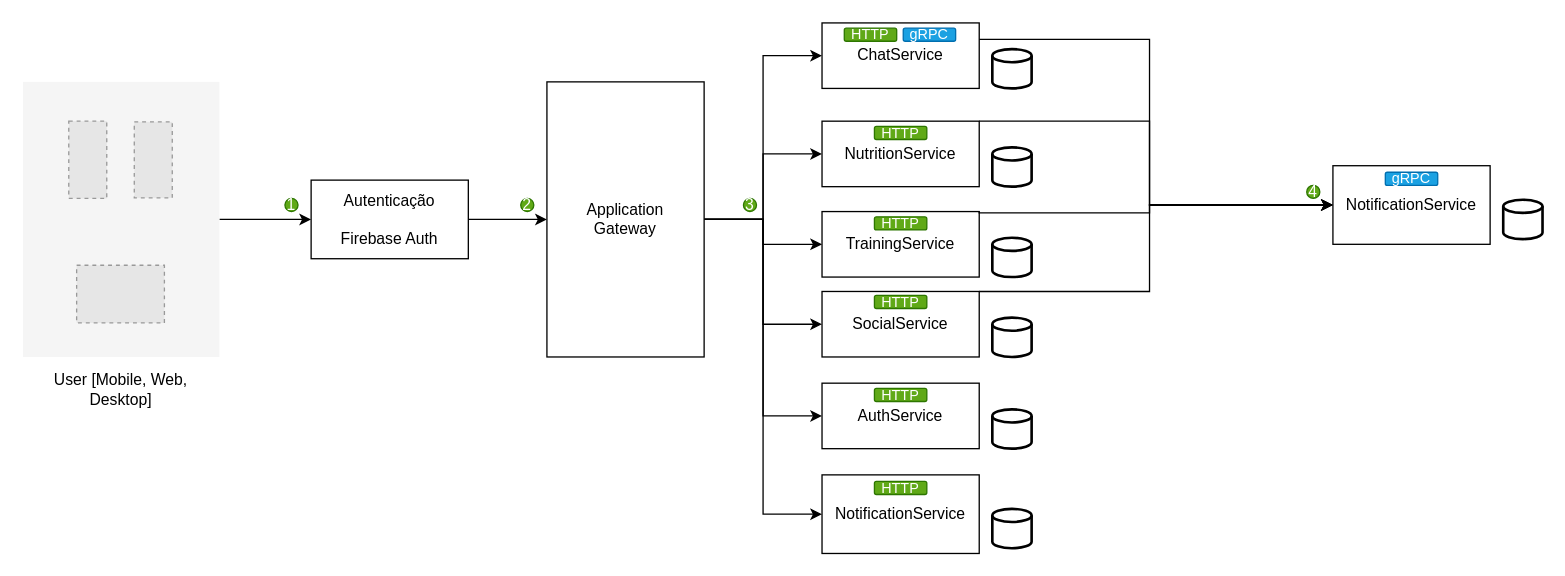
The draw.io diagram page "Arquitetura da aplicação" (1 of 35) of Architecture.drawio in AlanEdward19/ShapeUp, before the edit. Source tidied: cells renumbered, new cells numbered last; positions are measured from the earlier drawing's top-left corner, leaving out a move shared by most shapes. Both pictures are drawn from the tidied source at 131%, with x=0, y=0 at pixel (22, 22). Pictures stored in the file or linked from it are replaced by grey dashed boxes.
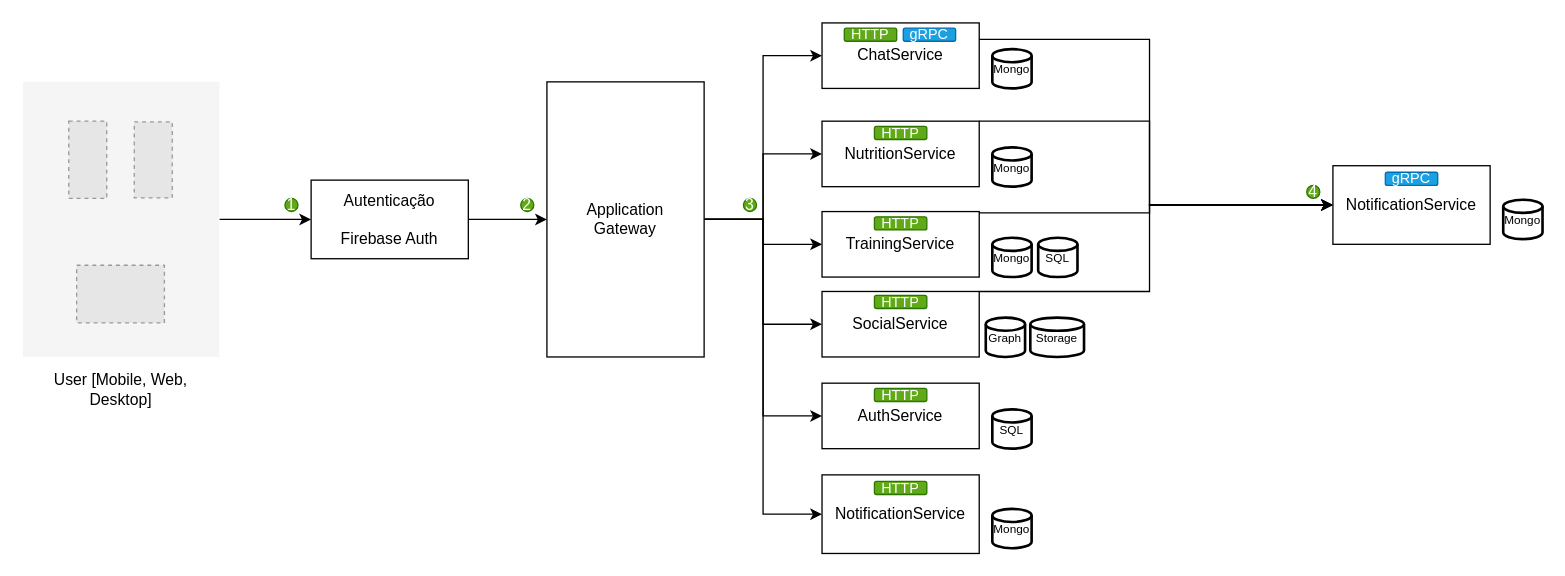
After the change.

Unchanged cells that the change refers to:
```xml
<mxCell id="18" style="group;" parent="1" vertex="1">
  <mxGeometry x="610" y="75" width="160" height="50" as="geometry" />
</mxCell>
<mxCell id="30" style="group;" parent="1" vertex="1">
  <mxGeometry x="610" width="160" height="50" as="geometry" />
</mxCell>
<mxCell id="39" style="group;" parent="1" vertex="1">
  <mxGeometry x="610" y="275" width="160" height="50" as="geometry" />
</mxCell>
<mxCell id="47" style="group;" parent="1" vertex="1">
  <mxGeometry x="1000" y="109" width="160" height="60" as="geometry" />
</mxCell>
<mxCell id="51" style="group;" parent="1" vertex="1">
  <mxGeometry x="610" y="345" width="160" height="60" as="geometry" />
</mxCell>
```

The edit, as a diff of the source:
```diff
@@
-    <mxCell id="20" style="strokeWidth=2;html=1;shape=mxgraph.flowchart.database;whiteSpace=wrap;" parent="18" vertex="1">
+    <mxCell id="20" value="&lt;font style=&quot;font-size: 9px;&quot;&gt;Mongo&lt;/font&gt;" style="strokeWidth=2;html=1;shape=mxgraph.flowchart.database;whiteSpace=wrap;" parent="18" vertex="1">
       <mxGeometry x="130" y="20" width="30" height="30" as="geometry" />
     </mxCell>
@@
-    <mxCell id="22" style="group;" parent="1" vertex="1">
-      <mxGeometry x="610" y="144" width="160" height="50" as="geometry" />
-    </mxCell>
-    <mxCell id="23" value="TrainingService" style="whiteSpace=wrap;html=1;" parent="22" vertex="1">
-      <mxGeometry width="120" height="50" as="geometry" />
-    </mxCell>
-    <mxCell id="24" style="strokeWidth=2;html=1;shape=mxgraph.flowchart.database;whiteSpace=wrap;" parent="22" vertex="1">
-      <mxGeometry x="130" y="20" width="30" height="30" as="geometry" />
-    </mxCell>
-    <mxCell id="25" value="HTTP" style="rounded=1;whiteSpace=wrap;html=1;fillColor=#60a917;strokeColor=#2D7600;fontSize=11;fontColor=#ffffff;" parent="22" vertex="1">
-      <mxGeometry x="40" y="4" width="40" height="10" as="geometry" />
-    </mxCell>
-    <mxCell id="26" style="group;" parent="1" vertex="1">
-      <mxGeometry x="610" y="205" width="160" height="50" as="geometry" />
-    </mxCell>
-    <mxCell id="27" value="SocialService" style="whiteSpace=wrap;html=1;" parent="26" vertex="1">
-      <mxGeometry width="120" height="50" as="geometry" />
-    </mxCell>
-    <mxCell id="28" style="strokeWidth=2;html=1;shape=mxgraph.flowchart.database;whiteSpace=wrap;" parent="26" vertex="1">
-      <mxGeometry x="130" y="20" width="30" height="30" as="geometry" />
-    </mxCell>
-    <mxCell id="29" value="HTTP" style="rounded=1;whiteSpace=wrap;html=1;fillColor=#60a917;strokeColor=#2D7600;fontSize=11;fontColor=#ffffff;" parent="26" vertex="1">
-      <mxGeometry x="40" y="3" width="40" height="10" as="geometry" />
-    </mxCell>
@@
-    <mxCell id="32" style="strokeWidth=2;html=1;shape=mxgraph.flowchart.database;whiteSpace=wrap;" parent="30" vertex="1">
+    <mxCell id="32" value="&lt;font style=&quot;font-size: 9px;&quot;&gt;Mongo&lt;/font&gt;" style="strokeWidth=2;html=1;shape=mxgraph.flowchart.database;whiteSpace=wrap;" parent="30" vertex="1">
       <mxGeometry x="130" y="20" width="30" height="30" as="geometry" />
     </mxCell>
@@
-    <mxCell id="41" style="strokeWidth=2;html=1;shape=mxgraph.flowchart.database;whiteSpace=wrap;" parent="39" vertex="1">
+    <mxCell id="41" value="&lt;font style=&quot;font-size: 9px;&quot;&gt;SQL&lt;/font&gt;" style="strokeWidth=2;html=1;shape=mxgraph.flowchart.database;whiteSpace=wrap;" parent="39" vertex="1">
       <mxGeometry x="130" y="20" width="30" height="30" as="geometry" />
     </mxCell>
@@
-    <mxCell id="49" style="strokeWidth=2;html=1;shape=mxgraph.flowchart.database;whiteSpace=wrap;" parent="47" vertex="1">
+    <mxCell id="49" value="&lt;font style=&quot;font-size: 9px;&quot;&gt;Mongo&lt;/font&gt;" style="strokeWidth=2;html=1;shape=mxgraph.flowchart.database;whiteSpace=wrap;" parent="47" vertex="1">
       <mxGeometry x="130" y="26" width="30" height="30" as="geometry" />
     </mxCell>
@@
-    <mxCell id="53" style="strokeWidth=2;html=1;shape=mxgraph.flowchart.database;whiteSpace=wrap;" parent="51" vertex="1">
+    <mxCell id="53" value="&lt;font style=&quot;font-size: 9px;&quot;&gt;Mongo&lt;/font&gt;" style="strokeWidth=2;html=1;shape=mxgraph.flowchart.database;whiteSpace=wrap;" parent="51" vertex="1">
       <mxGeometry x="130" y="26" width="30" height="30" as="geometry" />
     </mxCell>
@@
+    <mxCell id="55" style="group;" parent="1" vertex="1">
+      <mxGeometry x="610" y="205" width="200" height="50" as="geometry" />
+    </mxCell>
+    <mxCell id="56" value="&lt;font style=&quot;font-size: 9px;&quot;&gt;Storage&lt;/font&gt;" style="strokeWidth=2;html=1;shape=mxgraph.flowchart.database;whiteSpace=wrap;" parent="55" vertex="1">
+      <mxGeometry x="159" y="20" width="41" height="30" as="geometry" />
+    </mxCell>
+    <mxCell id="27" value="SocialService" style="whiteSpace=wrap;html=1;" parent="55" vertex="1">
+      <mxGeometry width="120" height="50" as="geometry" />
+    </mxCell>
+    <mxCell id="28" value="&lt;font style=&quot;font-size: 9px;&quot;&gt;Graph&lt;/font&gt;" style="strokeWidth=2;html=1;shape=mxgraph.flowchart.database;whiteSpace=wrap;" parent="55" vertex="1">
+      <mxGeometry x="125" y="20" width="30" height="30" as="geometry" />
+    </mxCell>
+    <mxCell id="29" value="HTTP" style="rounded=1;whiteSpace=wrap;html=1;fillColor=#60a917;strokeColor=#2D7600;fontSize=11;fontColor=#ffffff;" parent="55" vertex="1">
+      <mxGeometry x="40" y="3" width="40" height="10" as="geometry" />
+    </mxCell>
+    <mxCell id="57" style="group;" parent="1" vertex="1">
+      <mxGeometry x="610" y="144" width="195" height="50" as="geometry" />
+    </mxCell>
+    <mxCell id="58" value="&lt;font style=&quot;font-size: 9px;&quot;&gt;SQL&lt;/font&gt;" style="strokeWidth=2;html=1;shape=mxgraph.flowchart.database;whiteSpace=wrap;" parent="57" vertex="1">
+      <mxGeometry x="165" y="20" width="30" height="30" as="geometry" />
+    </mxCell>
+    <mxCell id="23" value="TrainingService" style="whiteSpace=wrap;html=1;" parent="57" vertex="1">
+      <mxGeometry width="120" height="50" as="geometry" />
+    </mxCell>
+    <mxCell id="24" value="&lt;font style=&quot;font-size: 9px;&quot;&gt;Mongo&lt;/font&gt;" style="strokeWidth=2;html=1;shape=mxgraph.flowchart.database;whiteSpace=wrap;" parent="57" vertex="1">
+      <mxGeometry x="130" y="20" width="30" height="30" as="geometry" />
+    </mxCell>
+    <mxCell id="25" value="HTTP" style="rounded=1;whiteSpace=wrap;html=1;fillColor=#60a917;strokeColor=#2D7600;fontSize=11;fontColor=#ffffff;" parent="57" vertex="1">
+      <mxGeometry x="40" y="4" width="40" height="10" as="geometry" />
+    </mxCell>
```
